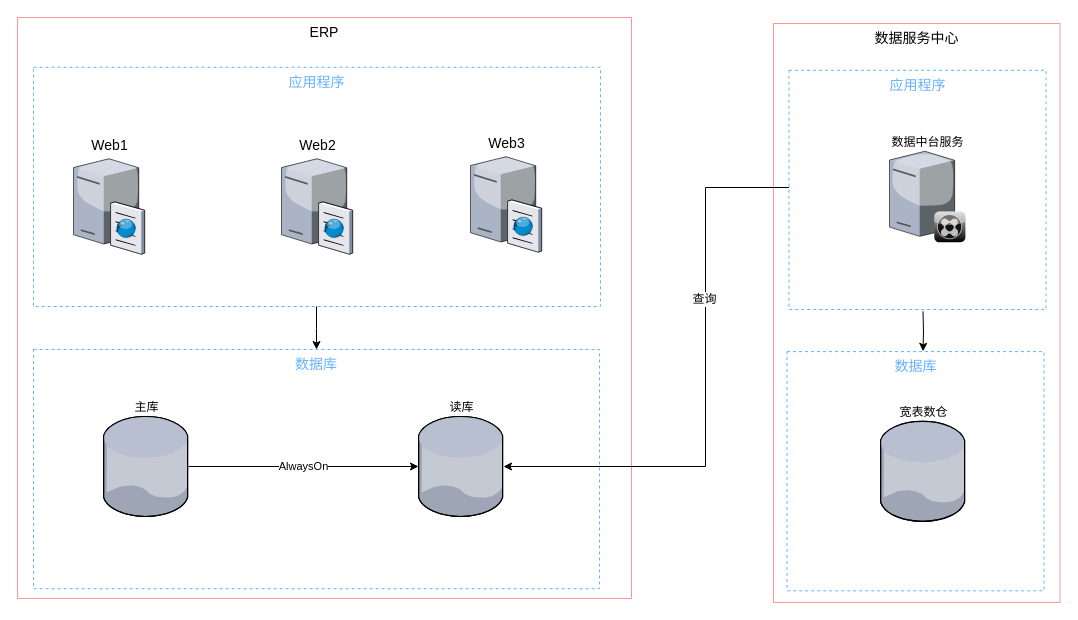
Above: 未命名绘图.drawio in yuanzuohui/draw.io (draw.io), before the change. Source tidied: cells renumbered, new cells numbered last; positions are measured from the earlier drawing's top-left corner, leaving out a move shared by most shapes. Both pictures are drawn from the tidied source at 100%, with x=0, y=0 at pixel (17, 17).
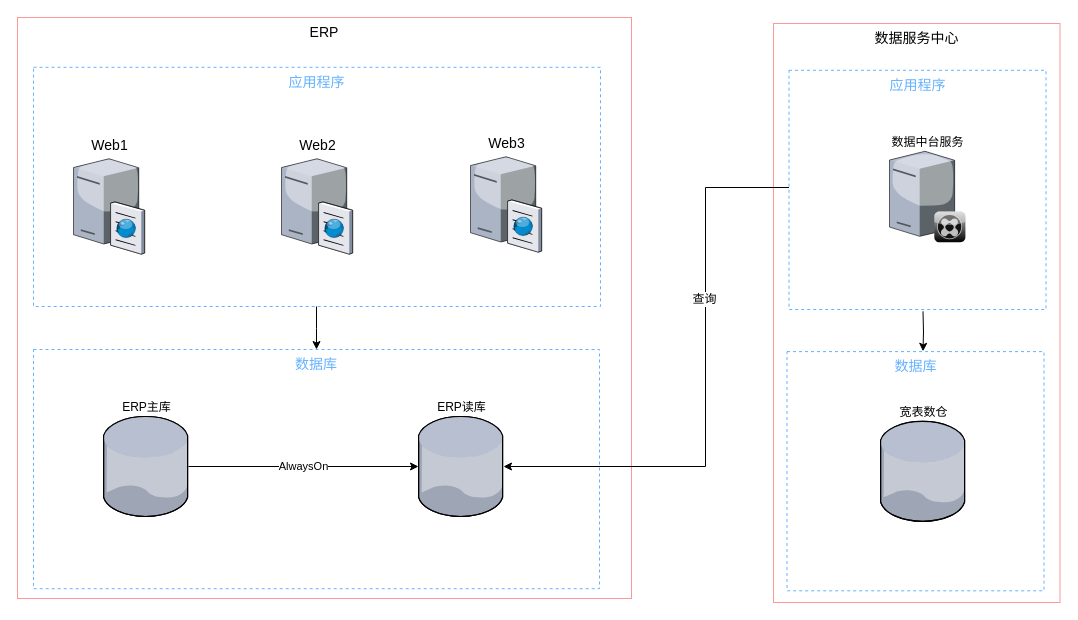
The same diagram, later.

Commit message:
更新未命名绘图.drawio

The edit, as a diff of the source:
```diff
@@
-    <mxCell id="12" value="主库" style="verticalLabelPosition=top;html=1;verticalAlign=bottom;strokeColor=none;align=center;outlineConnect=0;shape=mxgraph.citrix.database;horizontal=1;labelPosition=center;" parent="1" vertex="1">
+    <mxCell id="12" value="ERP主库" style="verticalLabelPosition=top;html=1;verticalAlign=bottom;strokeColor=none;align=center;outlineConnect=0;shape=mxgraph.citrix.database;horizontal=1;labelPosition=center;" parent="1" vertex="1">
       <mxGeometry x="86" y="399" width="85" height="100" as="geometry" />
     </mxCell>
-    <mxCell id="13" value="读库" style="verticalLabelPosition=top;html=1;verticalAlign=bottom;strokeColor=none;align=center;outlineConnect=0;shape=mxgraph.citrix.database;labelPosition=center;" parent="1" vertex="1">
+    <mxCell id="13" value="ERP读库" style="verticalLabelPosition=top;html=1;verticalAlign=bottom;strokeColor=none;align=center;outlineConnect=0;shape=mxgraph.citrix.database;labelPosition=center;" parent="1" vertex="1">
       <mxGeometry x="401" y="399" width="85" height="100" as="geometry" />
     </mxCell>
```
